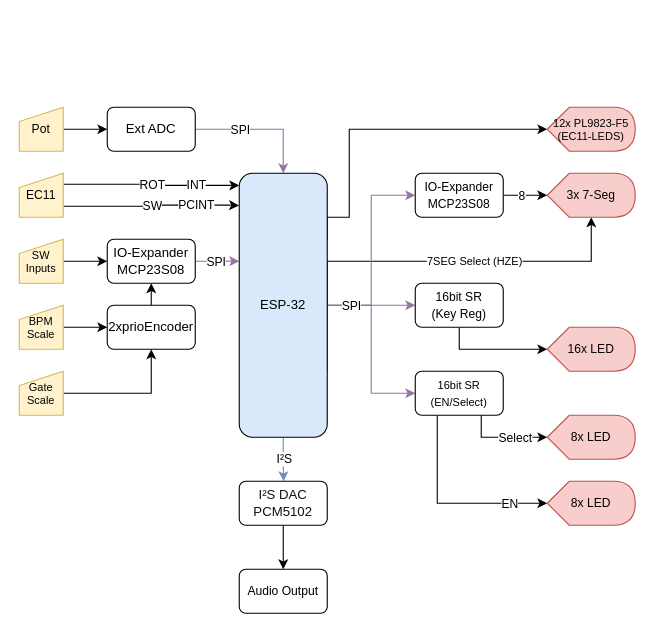
This is docu/v2/BSB_Sequencer_I2S.drawio from s-grundner/HWEP-Sequencer, a draw.io file, before an edit. Source tidied: cells renumbered, new cells numbered last; positions are measured from the earlier drawing's top-left corner, leaving out a move shared by most shapes. Both pictures are drawn from the tidied source at 110%, with x=0, y=0 at pixel (19, 107).
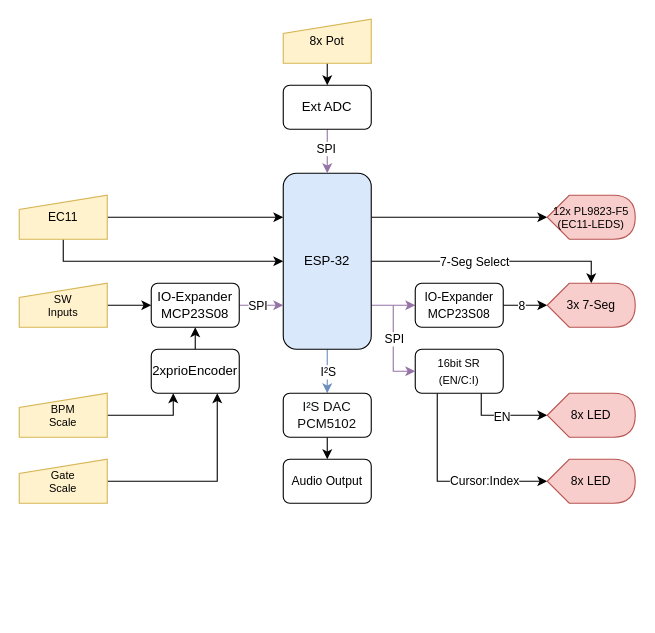
The same diagram, later.

Unchanged cells that the change refers to:
```xml
<mxCell id="33" style="edgeStyle=orthogonalEdgeStyle;rounded=0;jettySize=auto;html=1;exitX=0.25;exitY=1;exitDx=0;exitDy=0;entryX=0;entryY=0.5;entryDx=0;entryDy=0;entryPerimeter=0;" parent="1" edge="1" source="37" target="41">
  <mxGeometry relative="1" as="geometry" />
</mxCell>
```

What changed in the source:
```diff
@@
-    <mxCell id="2" style="edgeStyle=orthogonalEdgeStyle;rounded=0;jettySize=auto;html=1;exitX=1;exitY=0.75;exitDx=0;exitDy=0;entryX=0;entryY=0.5;entryDx=0;entryDy=0;fillColor=#e1d5e7;strokeColor=#9673a6;" parent="1" edge="1" source="11" target="37">
-      <mxGeometry relative="1" as="geometry">
-        <Array as="points">
-          <mxPoint x="280" y="180" />
-          <mxPoint x="320" y="180" />
-          <mxPoint x="320" y="260" />
-        </Array>
-      </mxGeometry>
-    </mxCell>
-    <mxCell id="3" style="edgeStyle=orthogonalEdgeStyle;rounded=0;jettySize=auto;html=1;exitX=1;exitY=0.75;exitDx=0;exitDy=0;fillColor=#e1d5e7;strokeColor=#9673a6;entryX=0;entryY=0.5;entryDx=0;entryDy=0;" parent="1" edge="1" source="11" target="31">
-      <mxGeometry relative="1" as="geometry">
-        <Array as="points">
-          <mxPoint x="330" y="180" />
-          <mxPoint x="330" y="180" />
-        </Array>
-      </mxGeometry>
-    </mxCell>
-    <mxCell id="4" style="edgeStyle=orthogonalEdgeStyle;rounded=0;jettySize=auto;html=1;exitX=1;exitY=0.25;exitDx=0;exitDy=0;entryX=0;entryY=0.5;entryDx=0;entryDy=0;entryPerimeter=0;" parent="1" edge="1" source="11" target="25">
-      <mxGeometry relative="1" as="geometry">
-        <Array as="points">
-          <mxPoint x="280" y="100" />
-          <mxPoint x="300" y="100" />
-          <mxPoint x="300" y="20" />
-        </Array>
-      </mxGeometry>
-    </mxCell>
-    <mxCell id="5" style="edgeStyle=orthogonalEdgeStyle;rounded=0;jettySize=auto;html=1;exitX=1;exitY=0.5;exitDx=0;exitDy=0;entryX=0;entryY=0;entryDx=40;entryDy=40;entryPerimeter=0;" parent="1" edge="1" source="11" target="17">
-      <mxGeometry relative="1" as="geometry">
-        <Array as="points">
-          <mxPoint x="520" y="140" />
-        </Array>
-      </mxGeometry>
-    </mxCell>
-    <mxCell id="6" value="&lt;font style=&quot;font-size: 10px&quot;&gt;7SEG Select (HZE)&lt;/font&gt;" style="edgeLabel;html=1;align=center;verticalAlign=middle;" parent="5" vertex="1">
-      <mxGeometry x="0.08" y="1" relative="1" as="geometry" />
-    </mxCell>
-    <mxCell id="7" style="edgeStyle=orthogonalEdgeStyle;rounded=0;jettySize=auto;html=1;exitX=1;exitY=0.5;exitDx=0;exitDy=0;entryX=0;entryY=0.5;entryDx=0;entryDy=0;fontFamily=Helvetica;fontSize=11;fillColor=#e1d5e7;strokeColor=#9673a6;" parent="1" edge="1" source="11" target="14">
+    <mxCell id="7" style="edgeStyle=orthogonalEdgeStyle;rounded=0;jettySize=auto;html=1;exitX=1;exitY=0.75;exitDx=0;exitDy=0;entryX=0;entryY=0.5;entryDx=0;entryDy=0;fontFamily=Helvetica;fontSize=11;fillColor=#e1d5e7;strokeColor=#9673a6;" parent="1" edge="1" source="11" target="14">
       <mxGeometry relative="1" as="geometry" />
     </mxCell>
-    <mxCell id="8" value="SPI" style="edgeLabel;html=1;align=center;verticalAlign=middle;fontSize=11;fontFamily=Helvetica;" parent="7" vertex="1">
-      <mxGeometry x="-0.83" y="-1" relative="1" as="geometry">
-        <mxPoint x="6" y="-1" as="offset" />
-      </mxGeometry>
-    </mxCell>
-    <mxCell id="9" style="edgeStyle=orthogonalEdgeStyle;rounded=0;jettySize=auto;html=1;exitX=0.5;exitY=1;exitDx=0;exitDy=0;fillColor=#dae8fc;strokeColor=#6c8ebf;" parent="1" edge="1" source="11">
-      <mxGeometry relative="1" as="geometry">
-        <mxPoint x="240.3" y="340" as="targetPoint" />
-      </mxGeometry>
+    <mxCell id="9" style="edgeStyle=orthogonalEdgeStyle;rounded=0;jettySize=auto;html=1;exitX=0.5;exitY=1;exitDx=0;exitDy=0;fillColor=#dae8fc;strokeColor=#6c8ebf;entryX=0.5;entryY=0;entryDx=0;entryDy=0;" parent="1" edge="1" source="11" target="43">
+      <mxGeometry relative="1" as="geometry" />
     </mxCell>
@@
+    <mxCell id="5" style="edgeStyle=orthogonalEdgeStyle;rounded=0;jettySize=auto;html=1;exitX=1;exitY=0.5;exitDx=0;exitDy=0;entryX=0;entryY=0;entryDx=40;entryDy=0;entryPerimeter=0;" parent="1" edge="1" source="11" target="17">
+      <mxGeometry relative="1" as="geometry">
+        <Array as="points">
+          <mxPoint x="520" y="140" />
+        </Array>
+      </mxGeometry>
+    </mxCell>
+    <mxCell id="53" value="7-Seg Select" style="edgeLabel;html=1;align=center;verticalAlign=middle;" parent="5" vertex="1">
+      <mxGeometry x="0.33" y="1" relative="1" as="geometry">
+        <mxPoint x="-53" y="1" as="offset" />
+      </mxGeometry>
+    </mxCell>
+    <mxCell id="54" style="edgeStyle=orthogonalEdgeStyle;rounded=0;jettySize=auto;html=1;exitX=1;exitY=0.25;exitDx=0;exitDy=0;" parent="1" edge="1" source="11">
+      <mxGeometry relative="1" as="geometry">
+        <mxPoint x="320" y="100.2" as="targetPoint" />
+      </mxGeometry>
+    </mxCell>
+    <mxCell id="4" style="edgeStyle=orthogonalEdgeStyle;rounded=0;jettySize=auto;html=1;exitX=1;exitY=0.25;exitDx=0;exitDy=0;" parent="1" edge="1" source="11" target="25">
+      <mxGeometry relative="1" as="geometry" />
+    </mxCell>
     <mxCell id="11" value="ESP-32" style="rounded=1;whiteSpace=wrap;html=1;fillColor=#dae8fc;strokeColor=default;gradientColor=none;glass=0;sketch=0;shadow=0;" parent="1" vertex="1">
-      <mxGeometry x="200" y="60" width="80" height="240" as="geometry" />
+      <mxGeometry x="240" y="60" width="80" height="160" as="geometry" />
     </mxCell>
@@
     <mxCell id="14" value="&lt;font style=&quot;font-size: 11px&quot;&gt;IO-Expander&lt;br&gt;MCP23S08&lt;/font&gt;" style="rounded=1;whiteSpace=wrap;html=1;" parent="1" vertex="1">
-      <mxGeometry x="360" y="60" width="80" height="40" as="geometry" />
+      <mxGeometry x="360" y="160" width="80" height="40" as="geometry" />
     </mxCell>
-    <mxCell id="15" style="edgeStyle=orthogonalEdgeStyle;rounded=0;jettySize=auto;html=1;exitX=1;exitY=0.5;exitDx=0;exitDy=0;entryX=0;entryY=0.5;entryDx=0;entryDy=0;" parent="1" edge="1" source="16" target="47">
+    <mxCell id="15" style="edgeStyle=orthogonalEdgeStyle;rounded=0;jettySize=auto;html=1;exitX=0.5;exitY=1;exitDx=0;exitDy=0;entryX=0.5;entryY=0;entryDx=0;entryDy=0;" parent="1" edge="1" source="16" target="47">
       <mxGeometry relative="1" as="geometry" />
     </mxCell>
-    <mxCell id="16" value="&lt;font style=&quot;font-size: 11px&quot;&gt;Pot&lt;/font&gt;" style="shape=manualInput;whiteSpace=wrap;html=1;fontSize=11;size=13;fillColor=#fff2cc;strokeColor=#d6b656;" parent="1" vertex="1">
-      <mxGeometry width="40" height="40" as="geometry" />
+    <mxCell id="16" value="&lt;font style=&quot;font-size: 11px&quot;&gt;8x Pot&lt;/font&gt;" style="shape=manualInput;whiteSpace=wrap;html=1;fontSize=11;size=13;fillColor=#fff2cc;strokeColor=#d6b656;" parent="1" vertex="1">
+      <mxGeometry x="240" y="-80" width="80" height="40" as="geometry" />
     </mxCell>
     <mxCell id="17" value="3x 7-Seg" style="shape=display;whiteSpace=wrap;html=1;fontSize=11;fillColor=#f8cecc;strokeColor=#b85450;" parent="1" vertex="1">
-      <mxGeometry x="480" y="60" width="80" height="40" as="geometry" />
+      <mxGeometry x="480" y="160" width="80" height="40" as="geometry" />
     </mxCell>
-    <mxCell id="18" style="edgeStyle=orthogonalEdgeStyle;rounded=0;jettySize=auto;html=1;exitX=1;exitY=0.25;exitDx=0;exitDy=0;entryX=0;entryY=0.046;entryDx=0;entryDy=0;fontSize=10;endArrow=classic;endFill=1;elbow=vertical;entryPerimeter=0;" parent="1" edge="1" source="24" target="11">
-      <mxGeometry relative="1" as="geometry" />
-    </mxCell>
-    <mxCell id="19" value="ROT" style="edgeLabel;html=1;align=center;verticalAlign=middle;fontSize=11;" parent="18" vertex="1">
-      <mxGeometry x="-0.1" relative="1" as="geometry">
-        <mxPoint x="8" as="offset" />
-      </mxGeometry>
-    </mxCell>
-    <mxCell id="20" style="edgeStyle=orthogonalEdgeStyle;rounded=0;jettySize=auto;html=1;exitX=1;exitY=0.75;exitDx=0;exitDy=0;fontSize=10;endArrow=classic;endFill=1;elbow=vertical;entryX=-0.003;entryY=0.122;entryDx=0;entryDy=0;entryPerimeter=0;" parent="1" edge="1" source="24" target="11">
-      <mxGeometry relative="1" as="geometry">
-        <Array as="points">
-          <mxPoint x="120" y="90" />
-          <mxPoint x="120" y="89" />
-          <mxPoint x="190" y="89" />
-        </Array>
-      </mxGeometry>
-    </mxCell>
-    <mxCell id="21" value="SW" style="edgeLabel;html=1;align=center;verticalAlign=middle;fontSize=11;" parent="20" vertex="1">
-      <mxGeometry x="0.09" y="1" relative="1" as="geometry">
-        <mxPoint x="-7" y="1" as="offset" />
-      </mxGeometry>
-    </mxCell>
-    <mxCell id="22" value="INT" style="edgeLabel;html=1;align=center;verticalAlign=middle;" parent="20" vertex="1">
-      <mxGeometry x="0.69" y="-1" relative="1" as="geometry">
-        <mxPoint x="-15" y="-20" as="offset" />
-      </mxGeometry>
-    </mxCell>
-    <mxCell id="23" value="PCINT" style="edgeLabel;html=1;align=center;verticalAlign=middle;fontSize=11;fontFamily=Helvetica;" parent="20" vertex="1">
-      <mxGeometry x="0.51" y="1" relative="1" as="geometry" />
-    </mxCell>
+    <mxCell id="55" style="edgeStyle=orthogonalEdgeStyle;rounded=0;jettySize=auto;html=1;exitX=1;exitY=0.5;exitDx=0;exitDy=0;entryX=0;entryY=0.25;entryDx=0;entryDy=0;" parent="1" edge="1" source="24" target="11">
+      <mxGeometry relative="1" as="geometry" />
+    </mxCell>
+    <mxCell id="56" style="edgeStyle=orthogonalEdgeStyle;rounded=0;jettySize=auto;html=1;exitX=0.5;exitY=1;exitDx=0;exitDy=0;entryX=0;entryY=0.5;entryDx=0;entryDy=0;" parent="1" edge="1" source="24" target="11">
+      <mxGeometry relative="1" as="geometry" />
+    </mxCell>
     <mxCell id="24" value="EC11" style="shape=manualInput;whiteSpace=wrap;html=1;fontSize=11;size=13;fillColor=#fff2cc;strokeColor=#d6b656;" parent="1" vertex="1">
-      <mxGeometry y="60" width="40" height="40" as="geometry" />
+      <mxGeometry y="80" width="80" height="40" as="geometry" />
     </mxCell>
     <mxCell id="25" value="12x PL9823-F5&lt;br&gt;(EC11-LEDS)" style="shape=display;whiteSpace=wrap;html=1;fontSize=10;fillColor=#f8cecc;strokeColor=#b85450;size=0.25;" parent="1" vertex="1">
-      <mxGeometry x="480" width="80" height="40" as="geometry" />
+      <mxGeometry x="480" y="80" width="80" height="40" as="geometry" />
     </mxCell>
-    <mxCell id="26" style="edgeStyle=orthogonalEdgeStyle;rounded=0;jettySize=auto;html=1;exitX=1;exitY=0.5;exitDx=0;exitDy=0;entryX=0.5;entryY=1;entryDx=0;entryDy=0;" parent="1" edge="1" source="27" target="49">
+    <mxCell id="26" style="edgeStyle=orthogonalEdgeStyle;rounded=0;jettySize=auto;html=1;exitX=1;exitY=0.5;exitDx=0;exitDy=0;entryX=0.75;entryY=1;entryDx=0;entryDy=0;" parent="1" edge="1" source="27" target="49">
       <mxGeometry relative="1" as="geometry" />
     </mxCell>
     <mxCell id="27" value="Gate&lt;br&gt;Scale" style="shape=manualInput;whiteSpace=wrap;html=1;fontSize=10;size=13;fillColor=#fff2cc;strokeColor=#d6b656;" parent="1" vertex="1">
-      <mxGeometry y="240" width="40" height="40" as="geometry" />
+      <mxGeometry y="320" width="80" height="40" as="geometry" />
     </mxCell>
-    <mxCell id="28" style="edgeStyle=orthogonalEdgeStyle;rounded=0;jettySize=auto;html=1;entryX=0;entryY=0.5;entryDx=0;entryDy=0;" parent="1" edge="1" source="29" target="49">
+    <mxCell id="28" style="edgeStyle=orthogonalEdgeStyle;rounded=0;jettySize=auto;html=1;exitX=1;exitY=0.5;exitDx=0;exitDy=0;entryX=0.25;entryY=1;entryDx=0;entryDy=0;" parent="1" edge="1" source="29" target="49">
       <mxGeometry relative="1" as="geometry" />
     </mxCell>
     <mxCell id="29" value="BPM&lt;br&gt;Scale" style="shape=manualInput;whiteSpace=wrap;html=1;fontSize=10;size=13;fillColor=#fff2cc;strokeColor=#d6b656;" parent="1" vertex="1">
-      <mxGeometry y="180" width="40" height="40" as="geometry" />
+      <mxGeometry y="260" width="80" height="40" as="geometry" />
     </mxCell>
-    <mxCell id="30" style="edgeStyle=orthogonalEdgeStyle;rounded=0;jettySize=auto;html=1;exitX=0.5;exitY=1;exitDx=0;exitDy=0;entryX=0;entryY=0.5;entryDx=0;entryDy=0;entryPerimeter=0;fontFamily=Helvetica;fontSize=11;" parent="1" edge="1" source="31" target="32">
-      <mxGeometry relative="1" as="geometry" />
-    </mxCell>
-    <mxCell id="31" value="&lt;font style=&quot;font-size: 11px&quot;&gt;16bit SR&lt;br&gt;(Key Reg)&lt;/font&gt;" style="rounded=1;whiteSpace=wrap;html=1;" parent="1" vertex="1">
-      <mxGeometry x="360" y="160" width="80" height="40" as="geometry" />
-    </mxCell>
-    <mxCell id="32" value="16x LED" style="shape=display;whiteSpace=wrap;html=1;fontSize=11;fillColor=#f8cecc;strokeColor=#b85450;size=0.25;" parent="1" vertex="1">
-      <mxGeometry x="480" y="200" width="80" height="40" as="geometry" />
-    </mxCell>
@@
+    <mxCell id="57" value="Cursor:Index" style="edgeLabel;html=1;align=center;verticalAlign=middle;" parent="33" vertex="1">
+      <mxGeometry x="0.36" y="1" relative="1" as="geometry" />
+    </mxCell>
+    <mxCell id="35" style="edgeStyle=orthogonalEdgeStyle;rounded=0;jettySize=auto;html=1;exitX=0.75;exitY=1;exitDx=0;exitDy=0;" parent="1" edge="1" source="37" target="38">
+      <mxGeometry relative="1" as="geometry" />
+    </mxCell>
-    <mxCell id="34" value="EN" style="edgeLabel;html=1;align=center;verticalAlign=middle;" parent="33" vertex="1">
-      <mxGeometry x="0.5" relative="1" as="geometry">
-        <mxPoint x="10" as="offset" />
-      </mxGeometry>
+    <mxCell id="34" value="EN" style="edgeLabel;html=1;align=center;verticalAlign=middle;" parent="35" vertex="1">
+      <mxGeometry x="-0.04" y="-1" relative="1" as="geometry" />
     </mxCell>
-    <mxCell id="35" style="edgeStyle=orthogonalEdgeStyle;rounded=0;jettySize=auto;html=1;exitX=0.75;exitY=1;exitDx=0;exitDy=0;entryX=0;entryY=0.5;entryDx=0;entryDy=0;entryPerimeter=0;" parent="1" edge="1" source="37" target="38">
-      <mxGeometry relative="1" as="geometry">
-        <Array as="points">
-          <mxPoint x="420" y="300" />
-        </Array>
-      </mxGeometry>
-    </mxCell>
-    <mxCell id="36" value="Select" style="edgeLabel;html=1;align=center;verticalAlign=middle;" parent="35" vertex="1">
-      <mxGeometry x="0.02" relative="1" as="geometry">
-        <mxPoint x="9" as="offset" />
-      </mxGeometry>
-    </mxCell>
-    <mxCell id="37" value="&lt;font style=&quot;font-size: 10px&quot;&gt;16bit&amp;nbsp;SR &lt;br&gt;(EN/Select)&lt;/font&gt;" style="rounded=1;whiteSpace=wrap;html=1;" parent="1" vertex="1">
-      <mxGeometry x="360" y="240" width="80" height="40" as="geometry" />
+    <mxCell id="37" value="&lt;font style=&quot;font-size: 10px&quot;&gt;16bit&amp;nbsp;SR &lt;br&gt;(EN/C:I)&lt;/font&gt;" style="rounded=1;whiteSpace=wrap;html=1;" parent="1" vertex="1">
+      <mxGeometry x="360" y="220" width="80" height="40" as="geometry" />
     </mxCell>
     <mxCell id="38" value="8x LED" style="shape=display;whiteSpace=wrap;html=1;fontSize=11;fillColor=#f8cecc;strokeColor=#b85450;" parent="1" vertex="1">
-      <mxGeometry x="480" y="280" width="80" height="40" as="geometry" />
+      <mxGeometry x="480" y="260" width="80" height="40" as="geometry" />
     </mxCell>
@@
     <mxCell id="40" value="SW&lt;br&gt;Inputs" style="shape=manualInput;whiteSpace=wrap;html=1;fontSize=10;size=13;fillColor=#fff2cc;strokeColor=#d6b656;" parent="1" vertex="1">
-      <mxGeometry y="120" width="40" height="40" as="geometry" />
+      <mxGeometry y="160" width="80" height="40" as="geometry" />
     </mxCell>
     <mxCell id="41" value="8x LED" style="shape=display;whiteSpace=wrap;html=1;fontSize=11;fillColor=#f8cecc;strokeColor=#b85450;" parent="1" vertex="1">
-      <mxGeometry x="480" y="340" width="80" height="40" as="geometry" />
+      <mxGeometry x="480" y="320" width="80" height="40" as="geometry" />
     </mxCell>
@@
     <mxCell id="43" value="&lt;p style=&quot;box-sizing: border-box ; padding: 0px ; margin: 0px ; font-weight: 400 ; color: rgb(15 , 17 , 17) ; background-color: rgb(255 , 255 , 255) ; line-height: 1.2&quot;&gt;I²S DAC&lt;/p&gt;&lt;p style=&quot;box-sizing: border-box ; padding: 0px ; margin: 0px ; font-weight: 400 ; color: rgb(15 , 17 , 17) ; background-color: rgb(255 , 255 , 255) ; line-height: 1.2&quot;&gt;PCM5102&lt;/p&gt;" style="rounded=1;whiteSpace=wrap;html=1;align=center;" parent="1" vertex="1">
-      <mxGeometry x="200" y="340" width="80" height="40" as="geometry" />
+      <mxGeometry x="240" y="260" width="80" height="40" as="geometry" />
     </mxCell>
     <mxCell id="44" value="Audio Output" style="rounded=1;whiteSpace=wrap;html=1;fontFamily=Helvetica;fontSize=11;" parent="1" vertex="1">
-      <mxGeometry x="200" y="420" width="80" height="40" as="geometry" />
+      <mxGeometry x="240" y="320" width="80" height="40" as="geometry" />
     </mxCell>
-    <mxCell id="45" style="edgeStyle=orthogonalEdgeStyle;rounded=0;jettySize=auto;html=1;exitX=1;exitY=0.5;exitDx=0;exitDy=0;entryX=0.5;entryY=0;entryDx=0;entryDy=0;fillColor=#e1d5e7;strokeColor=#9673a6;" parent="1" edge="1" source="47" target="11">
+    <mxCell id="45" style="edgeStyle=orthogonalEdgeStyle;rounded=0;jettySize=auto;html=1;entryX=0.5;entryY=0;entryDx=0;entryDy=0;fillColor=#e1d5e7;strokeColor=#9673a6;exitX=0.5;exitY=1;exitDx=0;exitDy=0;" parent="1" edge="1" source="47" target="11">
       <mxGeometry relative="1" as="geometry" />
     </mxCell>
@@
     <mxCell id="47" value="Ext ADC" style="rounded=1;whiteSpace=wrap;html=1;" parent="1" vertex="1">
-      <mxGeometry x="80" width="80" height="40" as="geometry" />
+      <mxGeometry x="240" y="-20" width="80" height="40" as="geometry" />
     </mxCell>
@@
     <mxCell id="49" value="2xprioEncoder" style="rounded=1;whiteSpace=wrap;html=1;" parent="1" vertex="1">
-      <mxGeometry x="80" y="180" width="80" height="40" as="geometry" />
+      <mxGeometry x="120" y="220" width="80" height="40" as="geometry" />
     </mxCell>
-    <mxCell id="50" style="edgeStyle=orthogonalEdgeStyle;rounded=0;jettySize=auto;html=1;exitX=1;exitY=0.5;exitDx=0;exitDy=0;fillColor=#e1d5e7;strokeColor=#9673a6;" parent="1" edge="1" source="51">
-      <mxGeometry relative="1" as="geometry">
-        <mxPoint x="200" y="139.9" as="targetPoint" />
-      </mxGeometry>
-    </mxCell>
+    <mxCell id="58" style="edgeStyle=orthogonalEdgeStyle;rounded=0;jettySize=auto;html=1;exitX=1;exitY=0.5;exitDx=0;exitDy=0;entryX=0;entryY=0.75;entryDx=0;entryDy=0;fillColor=#e1d5e7;strokeColor=#9673a6;" parent="1" edge="1" source="51" target="11">
+      <mxGeometry relative="1" as="geometry" />
+    </mxCell>
+    <mxCell id="59" value="SPI" style="edgeLabel;html=1;align=center;verticalAlign=middle;" parent="58" vertex="1">
+      <mxGeometry x="-0.19" relative="1" as="geometry" />
+    </mxCell>
     <mxCell id="51" value="IO-Expander MCP23S08" style="rounded=1;whiteSpace=wrap;html=1;" parent="1" vertex="1">
-      <mxGeometry x="80" y="120" width="80" height="40" as="geometry" />
+      <mxGeometry x="120" y="160" width="80" height="40" as="geometry" />
     </mxCell>
-    <mxCell id="52" value="SPI" style="edgeLabel;html=1;align=center;verticalAlign=middle;" parent="1" vertex="1">
-      <mxGeometry x="178" y="140" as="geometry" />
-    </mxCell>
+    <mxCell id="60" style="endArrow=classic;html=1;rounded=0;entryX=0;entryY=0.5;entryDx=0;entryDy=0;fillColor=#e1d5e7;strokeColor=#9673a6;" parent="1" edge="1" target="37">
+      <mxGeometry relative="1" as="geometry">
+        <mxPoint x="340" y="180" as="sourcePoint" />
+        <Array as="points">
+          <mxPoint x="340" y="240" />
+        </Array>
+      </mxGeometry>
+    </mxCell>
+    <mxCell id="61" value="SPI" style="edgeLabel;html=1;align=center;verticalAlign=middle;" parent="60" vertex="1">
+      <mxGeometry relative="1" as="geometry">
+        <mxPoint y="-10" as="offset" />
+      </mxGeometry>
+    </mxCell>
```
